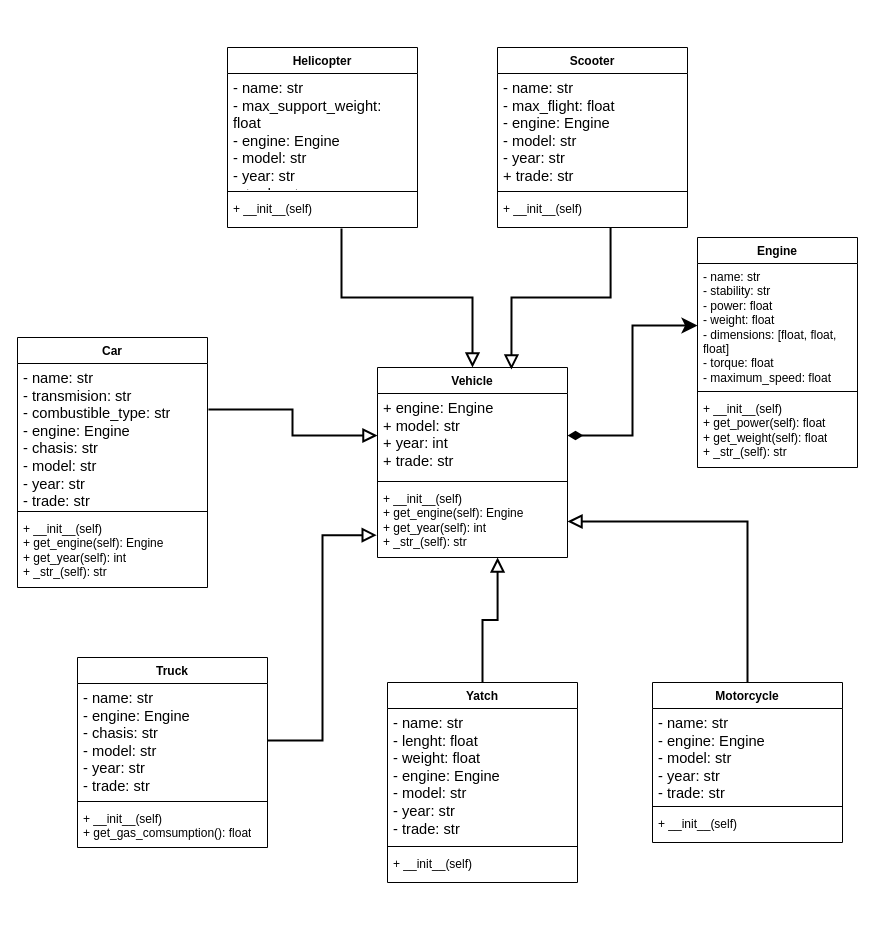
Above: Software Design/Workshops/Workshop 2/SD-WorkShop2.drawio in YoshiK13/UD_Classes (draw.io), before the change. Source tidied: cells renumbered, new cells numbered last; positions are measured from the earlier drawing's top-left corner, leaving out a move shared by most shapes. Both pictures are drawn from the tidied source at 100%, with x=0, y=0 at pixel (17, 47).
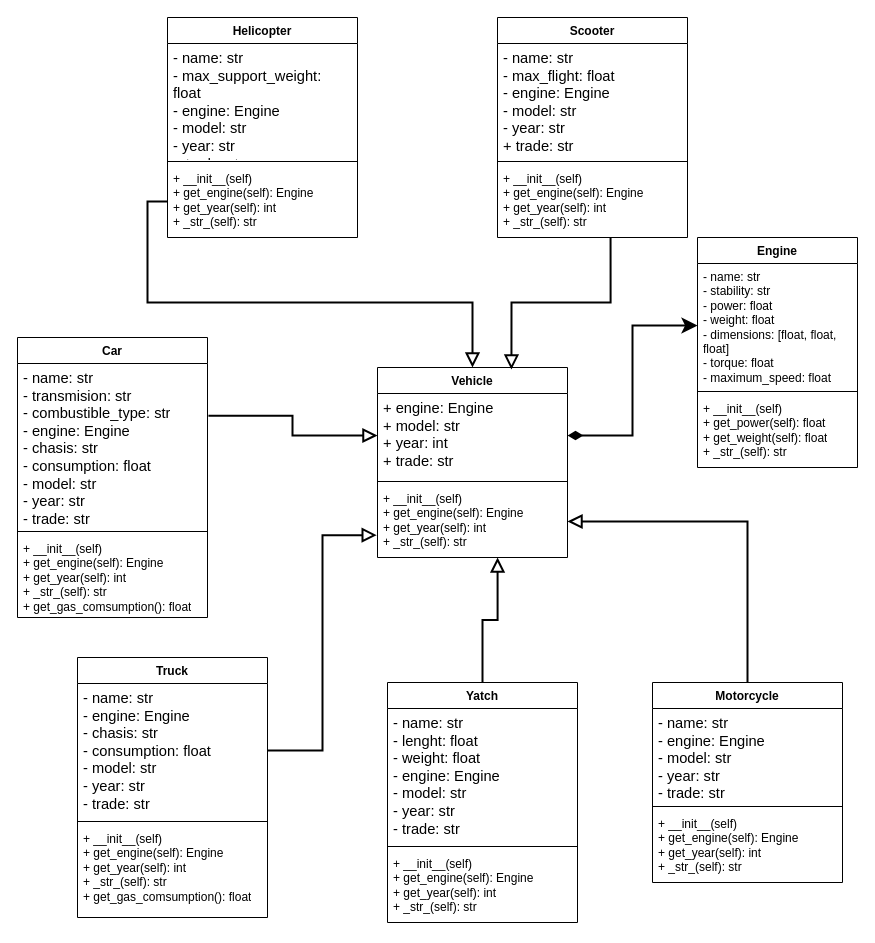
The same diagram, later.

The change refers to these unchanged cells:
```xml
<mxCell id="6" value="Vehicle" style="swimlane;fontStyle=1;align=center;verticalAlign=top;horizontal=1;startSize=26;whiteSpace=wrap;html=1;direction=east;" parent="1" vertex="1">
  <mxGeometry x="360" y="320" width="190" height="190" as="geometry" />
</mxCell>
```

Diff of the diagram source:
```diff
@@
     <mxCell id="13" value="Motorcycle" style="swimlane;fontStyle=1;align=center;verticalAlign=top;horizontal=1;startSize=26;whiteSpace=wrap;html=1;direction=east;" parent="1" vertex="1">
-      <mxGeometry x="635" y="635" width="190" height="160" as="geometry" />
+      <mxGeometry x="635" y="635" width="190" height="200" as="geometry" />
     </mxCell>
@@
-    <mxCell id="16" value="+ __init__(self)&lt;p class=&quot;MsoNormal&quot;&gt;&lt;span lang=&quot;ES-CO&quot;&gt;&lt;/span&gt;&lt;/p&gt;" style="text;strokeColor=none;fillColor=none;align=left;verticalAlign=top;spacingLeft=4;spacingRight=4;overflow=hidden;whiteSpace=wrap;html=1;" parent="13" vertex="1">
-      <mxGeometry y="128" width="190" height="32" as="geometry" />
+    <mxCell id="16" value="+ __init__(self)&lt;div&gt;&lt;div&gt;+ get_engine(self): Engine&lt;/div&gt;&lt;div&gt;+ get_year(self): int&lt;/div&gt;&lt;div&gt;+ _str_(self): str&lt;/div&gt;&lt;/div&gt;&lt;p class=&quot;MsoNormal&quot;&gt;&lt;span lang=&quot;ES-CO&quot;&gt;&lt;/span&gt;&lt;/p&gt;" style="text;strokeColor=none;fillColor=none;align=left;verticalAlign=top;spacingLeft=4;spacingRight=4;overflow=hidden;whiteSpace=wrap;html=1;" parent="13" vertex="1">
+      <mxGeometry y="128" width="190" height="72" as="geometry" />
     </mxCell>
     <mxCell id="17" value="Yatch" style="swimlane;fontStyle=1;align=center;verticalAlign=top;horizontal=1;startSize=26;whiteSpace=wrap;html=1;direction=east;" parent="1" vertex="1">
-      <mxGeometry x="370" y="635" width="190" height="200" as="geometry" />
+      <mxGeometry x="370" y="635" width="190" height="240" as="geometry" />
     </mxCell>
@@
-    <mxCell id="20" value="+ __init__(self)&lt;p class=&quot;MsoNormal&quot;&gt;&lt;span lang=&quot;ES-CO&quot;&gt;&lt;/span&gt;&lt;/p&gt;" style="text;strokeColor=none;fillColor=none;align=left;verticalAlign=top;spacingLeft=4;spacingRight=4;overflow=hidden;whiteSpace=wrap;html=1;" parent="17" vertex="1">
-      <mxGeometry y="168" width="190" height="32" as="geometry" />
+    <mxCell id="20" value="+ __init__(self)&lt;div&gt;&lt;div&gt;+ get_engine(self): Engine&lt;/div&gt;&lt;div&gt;+ get_year(self): int&lt;/div&gt;&lt;div&gt;+ _str_(self): str&lt;/div&gt;&lt;/div&gt;&lt;p class=&quot;MsoNormal&quot;&gt;&lt;span lang=&quot;ES-CO&quot;&gt;&lt;/span&gt;&lt;/p&gt;" style="text;strokeColor=none;fillColor=none;align=left;verticalAlign=top;spacingLeft=4;spacingRight=4;overflow=hidden;whiteSpace=wrap;html=1;" parent="17" vertex="1">
+      <mxGeometry y="168" width="190" height="72" as="geometry" />
     </mxCell>
     <mxCell id="21" value="Truck" style="swimlane;fontStyle=1;align=center;verticalAlign=top;horizontal=1;startSize=26;whiteSpace=wrap;html=1;direction=east;" parent="1" vertex="1">
-      <mxGeometry x="60" y="610" width="190" height="190" as="geometry" />
+      <mxGeometry x="60" y="610" width="190" height="260" as="geometry" />
     </mxCell>
-    <mxCell id="22" value="&lt;div&gt;&lt;div&gt;&lt;span style=&quot;font-size:11.0pt;line-height:&lt;br/&gt;107%;font-family:&amp;quot;Calibri&amp;quot;,sans-serif;mso-ascii-theme-font:minor-latin;&lt;br/&gt;mso-fareast-font-family:Calibri;mso-fareast-theme-font:minor-latin;mso-hansi-theme-font:&lt;br/&gt;minor-latin;mso-bidi-font-family:&amp;quot;Times New Roman&amp;quot;;mso-bidi-theme-font:minor-bidi;&lt;br/&gt;mso-ansi-language:ES-CO;mso-fareast-language:EN-US;mso-bidi-language:AR-SA&quot; lang=&quot;ES-CO&quot;&gt;- name: str&amp;nbsp;&lt;/span&gt;&lt;/div&gt;&lt;div&gt;&lt;span style=&quot;background-color: initial; font-family: Calibri, sans-serif; font-size: 11pt;&quot;&gt;- engine: Engine&lt;/span&gt;&lt;/div&gt;&lt;div&gt;&lt;span style=&quot;background-color: initial; font-family: Calibri, sans-serif; font-size: 11pt;&quot;&gt;- chasis: str&lt;/span&gt;&lt;/div&gt;&lt;div&gt;&lt;div&gt;&lt;span style=&quot;font-family: Calibri, sans-serif; font-size: 11pt; background-color: initial;&quot;&gt;- model: str&lt;/span&gt;&lt;/div&gt;&lt;div&gt;&lt;span style=&quot;font-family: Calibri, sans-serif; font-size: 11pt; background-color: initial;&quot;&gt;- year: str&lt;/span&gt;&lt;/div&gt;&lt;div&gt;&lt;font face=&quot;Calibri, sans-serif&quot;&gt;&lt;span style=&quot;font-size: 14.6667px;&quot;&gt;- trade: str&lt;/span&gt;&lt;/font&gt;&lt;/div&gt;&lt;/div&gt;&lt;/div&gt;" style="text;strokeColor=none;fillColor=none;align=left;verticalAlign=top;spacingLeft=4;spacingRight=4;overflow=hidden;points=[[0,0.5],[1,0.5]];portConstraint=eastwest;whiteSpace=wrap;html=1;" parent="21" vertex="1">
-      <mxGeometry y="26" width="190" height="114" as="geometry" />
+    <mxCell id="22" value="&lt;div&gt;&lt;div&gt;&lt;span style=&quot;font-size:11.0pt;line-height:&lt;br/&gt;107%;font-family:&amp;quot;Calibri&amp;quot;,sans-serif;mso-ascii-theme-font:minor-latin;&lt;br/&gt;mso-fareast-font-family:Calibri;mso-fareast-theme-font:minor-latin;mso-hansi-theme-font:&lt;br/&gt;minor-latin;mso-bidi-font-family:&amp;quot;Times New Roman&amp;quot;;mso-bidi-theme-font:minor-bidi;&lt;br/&gt;mso-ansi-language:ES-CO;mso-fareast-language:EN-US;mso-bidi-language:AR-SA&quot; lang=&quot;ES-CO&quot;&gt;- name: str&amp;nbsp;&lt;/span&gt;&lt;/div&gt;&lt;div&gt;&lt;span style=&quot;background-color: initial; font-family: Calibri, sans-serif; font-size: 11pt;&quot;&gt;- engine: Engine&lt;/span&gt;&lt;/div&gt;&lt;div&gt;&lt;span style=&quot;background-color: initial; font-family: Calibri, sans-serif; font-size: 11pt;&quot;&gt;- chasis: str&lt;/span&gt;&lt;/div&gt;&lt;div&gt;&lt;span style=&quot;background-color: initial; font-family: Calibri, sans-serif; font-size: 11pt;&quot;&gt;- consumption: float&lt;/span&gt;&lt;/div&gt;&lt;div&gt;&lt;div&gt;&lt;span style=&quot;font-family: Calibri, sans-serif; font-size: 11pt; background-color: initial;&quot;&gt;- model: str&lt;/span&gt;&lt;/div&gt;&lt;div&gt;&lt;span style=&quot;font-family: Calibri, sans-serif; font-size: 11pt; background-color: initial;&quot;&gt;- year: str&lt;/span&gt;&lt;/div&gt;&lt;div&gt;&lt;font face=&quot;Calibri, sans-serif&quot;&gt;&lt;span style=&quot;font-size: 14.6667px;&quot;&gt;- trade: str&lt;/span&gt;&lt;/font&gt;&lt;/div&gt;&lt;/div&gt;&lt;/div&gt;" style="text;strokeColor=none;fillColor=none;align=left;verticalAlign=top;spacingLeft=4;spacingRight=4;overflow=hidden;points=[[0,0.5],[1,0.5]];portConstraint=eastwest;whiteSpace=wrap;html=1;" parent="21" vertex="1">
+      <mxGeometry y="26" width="190" height="134" as="geometry" />
     </mxCell>
     <mxCell id="23" style="line;strokeWidth=1;fillColor=none;align=left;verticalAlign=middle;spacingTop=-1;spacingLeft=3;spacingRight=3;labelPosition=right;strokeColor=inherit;" parent="21" vertex="1">
-      <mxGeometry y="140" width="190" height="8" as="geometry" />
+      <mxGeometry y="160" width="190" height="8" as="geometry" />
     </mxCell>
-    <mxCell id="24" value="+ __init__(self)&lt;div&gt;+&amp;nbsp;&lt;span style=&quot;background-color: initial;&quot;&gt;get_gas_comsumption(): float&lt;/span&gt;&lt;/div&gt;&lt;p class=&quot;MsoNormal&quot;&gt;&lt;span lang=&quot;ES-CO&quot;&gt;&lt;/span&gt;&lt;/p&gt;" style="text;strokeColor=none;fillColor=none;align=left;verticalAlign=top;spacingLeft=4;spacingRight=4;overflow=hidden;whiteSpace=wrap;html=1;" parent="21" vertex="1">
-      <mxGeometry y="148" width="190" height="42" as="geometry" />
+    <mxCell id="24" value="+ __init__(self)&lt;div&gt;&lt;div&gt;+ get_engine(self): Engine&lt;/div&gt;&lt;div&gt;+ get_year(self): int&lt;/div&gt;&lt;div&gt;+ _str_(self): str&lt;/div&gt;&lt;div&gt;+&amp;nbsp;&lt;span style=&quot;background-color: initial;&quot;&gt;get_gas_comsumption(): float&lt;/span&gt;&lt;/div&gt;&lt;/div&gt;&lt;p class=&quot;MsoNormal&quot;&gt;&lt;span lang=&quot;ES-CO&quot;&gt;&lt;/span&gt;&lt;/p&gt;" style="text;strokeColor=none;fillColor=none;align=left;verticalAlign=top;spacingLeft=4;spacingRight=4;overflow=hidden;whiteSpace=wrap;html=1;" parent="21" vertex="1">
+      <mxGeometry y="168" width="190" height="92" as="geometry" />
     </mxCell>
     <mxCell id="25" value="Car" style="swimlane;fontStyle=1;align=center;verticalAlign=top;horizontal=1;startSize=26;whiteSpace=wrap;html=1;direction=east;" parent="1" vertex="1">
-      <mxGeometry y="290" width="190" height="250" as="geometry" />
+      <mxGeometry y="290" width="190" height="280" as="geometry" />
     </mxCell>
-    <mxCell id="26" value="&lt;div&gt;&lt;div&gt;&lt;span style=&quot;font-size:11.0pt;line-height:&lt;br/&gt;107%;font-family:&amp;quot;Calibri&amp;quot;,sans-serif;mso-ascii-theme-font:minor-latin;&lt;br/&gt;mso-fareast-font-family:Calibri;mso-fareast-theme-font:minor-latin;mso-hansi-theme-font:&lt;br/&gt;minor-latin;mso-bidi-font-family:&amp;quot;Times New Roman&amp;quot;;mso-bidi-theme-font:minor-bidi;&lt;br/&gt;mso-ansi-language:ES-CO;mso-fareast-language:EN-US;mso-bidi-language:AR-SA&quot; lang=&quot;ES-CO&quot;&gt;- name: str&lt;/span&gt;&lt;/div&gt;&lt;div&gt;&lt;font face=&quot;Calibri, sans-serif&quot;&gt;&lt;span style=&quot;font-size: 14.6667px;&quot;&gt;- transmision: str&lt;/span&gt;&lt;/font&gt;&lt;/div&gt;&lt;div&gt;&lt;font face=&quot;Calibri, sans-serif&quot;&gt;&lt;span style=&quot;font-size: 14.6667px;&quot;&gt;- combustible_type: str&lt;/span&gt;&lt;/font&gt;&lt;/div&gt;&lt;div&gt;&lt;div&gt;&lt;span style=&quot;background-color: initial; font-family: Calibri, sans-serif; font-size: 11pt;&quot;&gt;- engine: Engine&lt;/span&gt;&lt;/div&gt;&lt;div&gt;&lt;span style=&quot;font-family: Calibri, sans-serif; font-size: 11pt; background-color: initial;&quot;&gt;- chasis: str&lt;/span&gt;&lt;/div&gt;&lt;div&gt;&lt;span style=&quot;font-family: Calibri, sans-serif; font-size: 11pt; background-color: initial;&quot;&gt;- model: str&lt;/span&gt;&lt;/div&gt;&lt;div&gt;&lt;span style=&quot;font-family: Calibri, sans-serif; font-size: 11pt; background-color: initial;&quot;&gt;- year: str&lt;/span&gt;&lt;/div&gt;&lt;div&gt;&lt;font face=&quot;Calibri, sans-serif&quot;&gt;&lt;span style=&quot;font-size: 14.6667px;&quot;&gt;- trade: str&lt;/span&gt;&lt;/font&gt;&lt;/div&gt;&lt;/div&gt;&lt;/div&gt;" style="text;strokeColor=none;fillColor=none;align=left;verticalAlign=top;spacingLeft=4;spacingRight=4;overflow=hidden;points=[[0,0.5],[1,0.5]];portConstraint=eastwest;whiteSpace=wrap;html=1;" parent="25" vertex="1">
-      <mxGeometry y="26" width="190" height="144" as="geometry" />
+    <mxCell id="26" value="&lt;div&gt;&lt;div&gt;&lt;span style=&quot;font-size:11.0pt;line-height:&lt;br/&gt;107%;font-family:&amp;quot;Calibri&amp;quot;,sans-serif;mso-ascii-theme-font:minor-latin;&lt;br/&gt;mso-fareast-font-family:Calibri;mso-fareast-theme-font:minor-latin;mso-hansi-theme-font:&lt;br/&gt;minor-latin;mso-bidi-font-family:&amp;quot;Times New Roman&amp;quot;;mso-bidi-theme-font:minor-bidi;&lt;br/&gt;mso-ansi-language:ES-CO;mso-fareast-language:EN-US;mso-bidi-language:AR-SA&quot; lang=&quot;ES-CO&quot;&gt;- name: str&lt;/span&gt;&lt;/div&gt;&lt;div&gt;&lt;font face=&quot;Calibri, sans-serif&quot;&gt;&lt;span style=&quot;font-size: 14.6667px;&quot;&gt;- transmision: str&lt;/span&gt;&lt;/font&gt;&lt;/div&gt;&lt;div&gt;&lt;font face=&quot;Calibri, sans-serif&quot;&gt;&lt;span style=&quot;font-size: 14.6667px;&quot;&gt;- combustible_type: str&lt;/span&gt;&lt;/font&gt;&lt;/div&gt;&lt;div&gt;&lt;div&gt;&lt;span style=&quot;background-color: initial; font-family: Calibri, sans-serif; font-size: 11pt;&quot;&gt;- engine: Engine&lt;/span&gt;&lt;/div&gt;&lt;div&gt;&lt;span style=&quot;font-family: Calibri, sans-serif; font-size: 11pt; background-color: initial;&quot;&gt;- chasis: str&lt;/span&gt;&lt;/div&gt;&lt;div&gt;&lt;span style=&quot;font-family: Calibri, sans-serif; font-size: 11pt; background-color: initial;&quot;&gt;- consumption: float&lt;/span&gt;&lt;/div&gt;&lt;div&gt;&lt;span style=&quot;font-family: Calibri, sans-serif; font-size: 11pt; background-color: initial;&quot;&gt;- model: str&lt;/span&gt;&lt;/div&gt;&lt;div&gt;&lt;span style=&quot;font-family: Calibri, sans-serif; font-size: 11pt; background-color: initial;&quot;&gt;- year: str&lt;/span&gt;&lt;/div&gt;&lt;div&gt;&lt;font face=&quot;Calibri, sans-serif&quot;&gt;&lt;span style=&quot;font-size: 14.6667px;&quot;&gt;- trade: str&lt;/span&gt;&lt;/font&gt;&lt;/div&gt;&lt;/div&gt;&lt;/div&gt;" style="text;strokeColor=none;fillColor=none;align=left;verticalAlign=top;spacingLeft=4;spacingRight=4;overflow=hidden;points=[[0,0.5],[1,0.5]];portConstraint=eastwest;whiteSpace=wrap;html=1;" parent="25" vertex="1">
+      <mxGeometry y="26" width="190" height="164" as="geometry" />
     </mxCell>
     <mxCell id="27" style="line;strokeWidth=1;fillColor=none;align=left;verticalAlign=middle;spacingTop=-1;spacingLeft=3;spacingRight=3;labelPosition=right;strokeColor=inherit;" parent="25" vertex="1">
-      <mxGeometry y="170" width="190" height="8" as="geometry" />
+      <mxGeometry y="190" width="190" height="8" as="geometry" />
     </mxCell>
-    <mxCell id="28" value="+ __init__(self)&lt;div&gt;&lt;div&gt;+ get_engine(self): Engine&lt;/div&gt;&lt;div&gt;+ get_year(self): int&lt;/div&gt;&lt;div&gt;+ _str_(self): str&lt;br&gt;&lt;div&gt;&lt;br&gt;&lt;/div&gt;&lt;/div&gt;&lt;div&gt;&lt;br&gt;&lt;/div&gt;&lt;p class=&quot;MsoNormal&quot;&gt;&lt;span lang=&quot;ES-CO&quot;&gt;&lt;/span&gt;&lt;/p&gt;&lt;/div&gt;" style="text;strokeColor=none;fillColor=none;align=left;verticalAlign=top;spacingLeft=4;spacingRight=4;overflow=hidden;whiteSpace=wrap;html=1;" parent="25" vertex="1">
-      <mxGeometry y="178" width="190" height="72" as="geometry" />
+    <mxCell id="28" value="+ __init__(self)&lt;div&gt;&lt;div&gt;+ get_engine(self): Engine&lt;/div&gt;&lt;div&gt;+ get_year(self): int&lt;/div&gt;&lt;div&gt;+ _str_(self): str&lt;/div&gt;&lt;div&gt;+&amp;nbsp;&lt;span style=&quot;background-color: initial;&quot;&gt;get_gas_comsumption(): float&lt;/span&gt;&lt;br&gt;&lt;div&gt;&lt;br&gt;&lt;/div&gt;&lt;/div&gt;&lt;div&gt;&lt;br&gt;&lt;/div&gt;&lt;p class=&quot;MsoNormal&quot;&gt;&lt;span lang=&quot;ES-CO&quot;&gt;&lt;/span&gt;&lt;/p&gt;&lt;/div&gt;" style="text;strokeColor=none;fillColor=none;align=left;verticalAlign=top;spacingLeft=4;spacingRight=4;overflow=hidden;whiteSpace=wrap;html=1;" parent="25" vertex="1">
+      <mxGeometry y="198" width="190" height="82" as="geometry" />
     </mxCell>
@@
     <mxCell id="32" value="Helicopter" style="swimlane;fontStyle=1;align=center;verticalAlign=top;horizontal=1;startSize=26;whiteSpace=wrap;html=1;direction=east;" parent="1" vertex="1">
-      <mxGeometry x="210" width="190" height="180" as="geometry" />
+      <mxGeometry x="150" y="-30" width="190" height="220" as="geometry" />
     </mxCell>
@@
-    <mxCell id="35" value="+ __init__(self)&lt;div&gt;&lt;br&gt;&lt;/div&gt;&lt;p class=&quot;MsoNormal&quot;&gt;&lt;span lang=&quot;ES-CO&quot;&gt;&lt;/span&gt;&lt;/p&gt;" style="text;strokeColor=none;fillColor=none;align=left;verticalAlign=top;spacingLeft=4;spacingRight=4;overflow=hidden;points=[[0,0.5],[1,0.5]];portConstraint=eastwest;whiteSpace=wrap;html=1;" parent="32" vertex="1">
-      <mxGeometry y="148" width="190" height="32" as="geometry" />
+    <mxCell id="35" value="&lt;div&gt;+ __init__(self)&lt;div&gt;&lt;div&gt;+ get_engine(self): Engine&lt;/div&gt;&lt;div&gt;+ get_year(self): int&lt;/div&gt;&lt;div&gt;+ _str_(self): str&lt;/div&gt;&lt;/div&gt;&lt;/div&gt;&lt;p class=&quot;MsoNormal&quot;&gt;&lt;span lang=&quot;ES-CO&quot;&gt;&lt;/span&gt;&lt;/p&gt;" style="text;strokeColor=none;fillColor=none;align=left;verticalAlign=top;spacingLeft=4;spacingRight=4;overflow=hidden;points=[[0,0.5],[1,0.5]];portConstraint=eastwest;whiteSpace=wrap;html=1;" parent="32" vertex="1">
+      <mxGeometry y="148" width="190" height="72" as="geometry" />
     </mxCell>
     <mxCell id="36" value="Scooter" style="swimlane;fontStyle=1;align=center;verticalAlign=top;horizontal=1;startSize=26;whiteSpace=wrap;html=1;direction=east;" parent="1" vertex="1">
-      <mxGeometry x="480" width="190" height="180" as="geometry" />
+      <mxGeometry x="480" y="-30" width="190" height="220" as="geometry" />
     </mxCell>
@@
-    <mxCell id="39" value="+ __init__(self)&lt;div&gt;&lt;br&gt;&lt;/div&gt;&lt;p class=&quot;MsoNormal&quot;&gt;&lt;span lang=&quot;ES-CO&quot;&gt;&lt;/span&gt;&lt;/p&gt;" style="text;strokeColor=none;fillColor=none;align=left;verticalAlign=top;spacingLeft=4;spacingRight=4;overflow=hidden;points=[[0,0.5],[1,0.5]];portConstraint=eastwest;whiteSpace=wrap;html=1;" parent="36" vertex="1">
-      <mxGeometry y="148" width="190" height="32" as="geometry" />
+    <mxCell id="39" value="&lt;div&gt;+ __init__(self)&lt;div&gt;&lt;div&gt;+ get_engine(self): Engine&lt;/div&gt;&lt;div&gt;+ get_year(self): int&lt;/div&gt;&lt;div&gt;+ _str_(self): str&lt;/div&gt;&lt;/div&gt;&lt;/div&gt;&lt;p class=&quot;MsoNormal&quot;&gt;&lt;span lang=&quot;ES-CO&quot;&gt;&lt;/span&gt;&lt;/p&gt;" style="text;strokeColor=none;fillColor=none;align=left;verticalAlign=top;spacingLeft=4;spacingRight=4;overflow=hidden;points=[[0,0.5],[1,0.5]];portConstraint=eastwest;whiteSpace=wrap;html=1;" parent="36" vertex="1">
+      <mxGeometry y="148" width="190" height="72" as="geometry" />
     </mxCell>
-    <mxCell id="40" style="edgeStyle=orthogonalEdgeStyle;rounded=0;jettySize=auto;html=1;exitX=0.6;exitY=1.031;exitDx=0;exitDy=0;exitPerimeter=0;strokeWidth=2;endArrow=block;endFill=0;endSize=10;startSize=10;" parent="1" edge="1" source="35" target="6">
+    <mxCell id="40" style="edgeStyle=orthogonalEdgeStyle;rounded=0;jettySize=auto;html=1;exitX=0;exitY=0.5;exitDx=0;exitDy=0;strokeWidth=2;endArrow=block;endFill=0;endSize=10;startSize=10;" parent="1" edge="1" source="35" target="6">
       <mxGeometry relative="1" as="geometry" />
     </mxCell>
```
